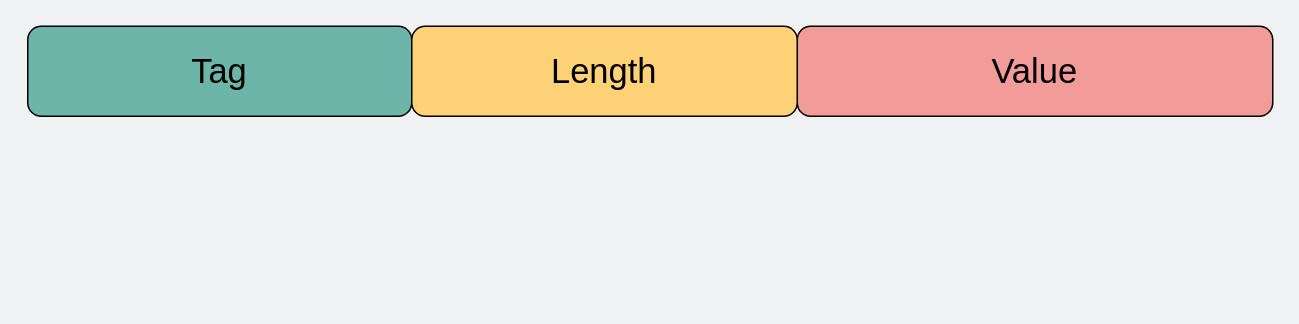
This is network/TLV编码无字.drawio from xiaobaiTech/image, a draw.io file, before an edit. Source tidied: cells renumbered, new cells numbered last; positions are measured from the earlier drawing's top-left corner, leaving out a move shared by most shapes. Both pictures are drawn from the tidied source at 150%, with x=0, y=0 at pixel (27, 26).
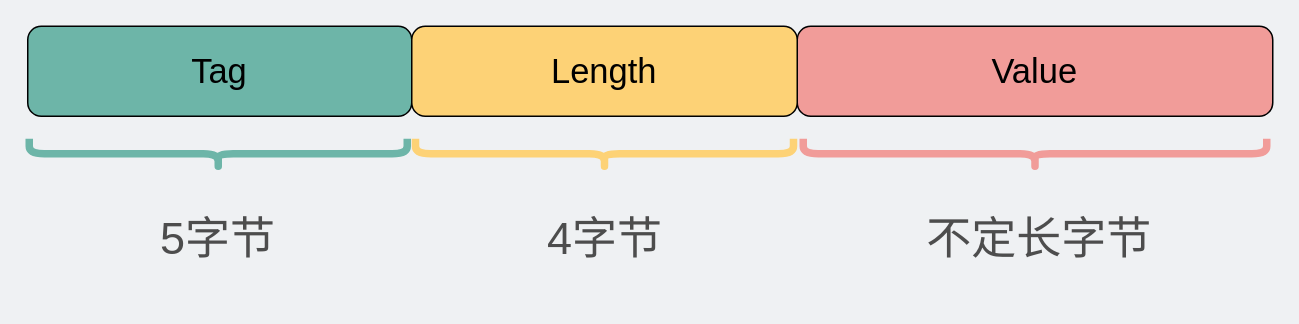
The same diagram, later.

Commit message:
更新TLV编码无字.drawio

The edit, as a diff of the source:
```diff
@@
 <mxGraphModel background="#EFF1F3">
   <root>
     <mxCell id="0" />
     <mxCell id="1" parent="0" />
     <mxCell id="2" value="&lt;font style=&quot;font-size: 23px;&quot;&gt;Value&lt;/font&gt;" style="rounded=1;whiteSpace=wrap;html=1;fontSize=23;fillColor=#F19C99;" parent="1" vertex="1">
       <mxGeometry x="513" width="317" height="60" as="geometry" />
     </mxCell>
     <mxCell id="3" value="Tag" style="rounded=1;whiteSpace=wrap;html=1;fontSize=23;fillColor=#6DB5A8;" parent="1" vertex="1">
       <mxGeometry width="256" height="60" as="geometry" />
     </mxCell>
     <mxCell id="4" value="Length" style="rounded=1;whiteSpace=wrap;html=1;fontSize=23;fillColor=#FDD276;" parent="1" vertex="1">
       <mxGeometry x="256" width="257" height="60" as="geometry" />
     </mxCell>
+    <mxCell id="5" style="shape=curlyBracket;whiteSpace=wrap;html=1;rounded=1;fillColor=#FDD276;fontSize=10;direction=west;strokeWidth=5;rotation=90;strokeColor=#6DB5A8;" parent="1" vertex="1">
+      <mxGeometry x="117" y="-41" width="20" height="252" as="geometry" />
+    </mxCell>
+    <mxCell id="6" value="&lt;font style=&quot;font-size: 30px&quot;&gt;&lt;font color=&quot;#4d4d4d&quot;&gt;5字节&lt;/font&gt;&lt;br&gt;&lt;/font&gt;" style="text;html=1;strokeColor=none;fillColor=none;align=center;verticalAlign=middle;whiteSpace=wrap;rounded=0;fontSize=10;" parent="1" vertex="1">
+      <mxGeometry x="77" y="101" width="100" height="80" as="geometry" />
+    </mxCell>
+    <mxCell id="7" style="shape=curlyBracket;whiteSpace=wrap;html=1;rounded=1;fillColor=#FDD276;fontSize=10;direction=west;strokeWidth=5;rotation=90;strokeColor=#FDD276;" parent="1" vertex="1">
+      <mxGeometry x="374.5" y="-41" width="20" height="252" as="geometry" />
+    </mxCell>
+    <mxCell id="8" value="&lt;font style=&quot;font-size: 30px&quot;&gt;&lt;font color=&quot;#4d4d4d&quot;&gt;4字节&lt;/font&gt;&lt;br&gt;&lt;/font&gt;" style="text;html=1;strokeColor=none;fillColor=none;align=center;verticalAlign=middle;whiteSpace=wrap;rounded=0;fontSize=10;" parent="1" vertex="1">
+      <mxGeometry x="334.5" y="101" width="100" height="80" as="geometry" />
+    </mxCell>
+    <mxCell id="9" style="shape=curlyBracket;whiteSpace=wrap;html=1;rounded=1;fillColor=#FDD276;fontSize=10;direction=west;strokeWidth=5;rotation=90;strokeColor=#F19C99;" parent="1" vertex="1">
+      <mxGeometry x="661.5" y="-69.5" width="20" height="309" as="geometry" />
+    </mxCell>
+    <mxCell id="10" value="&lt;font style=&quot;font-size: 30px&quot;&gt;&lt;font color=&quot;#4d4d4d&quot;&gt;不定长字节&lt;/font&gt;&lt;br&gt;&lt;/font&gt;" style="text;html=1;strokeColor=none;fillColor=none;align=center;verticalAlign=middle;whiteSpace=wrap;rounded=0;fontSize=10;" parent="1" vertex="1">
+      <mxGeometry x="580.5" y="101" width="187" height="80" as="geometry" />
+    </mxCell>
   </root>
 </mxGraphModel>
```
